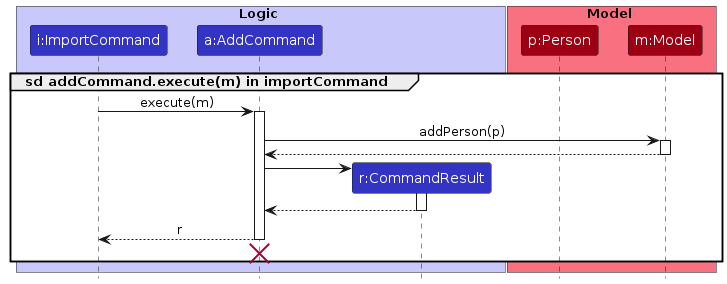
The PlantUML diagram diagrams/ImportSequenceDiagramRef.png in AY2324S2-CS2103T-T10-1/tp, before a commit. Its source is kept beside it as diagrams/ImportSequenceDiagramRef.puml.
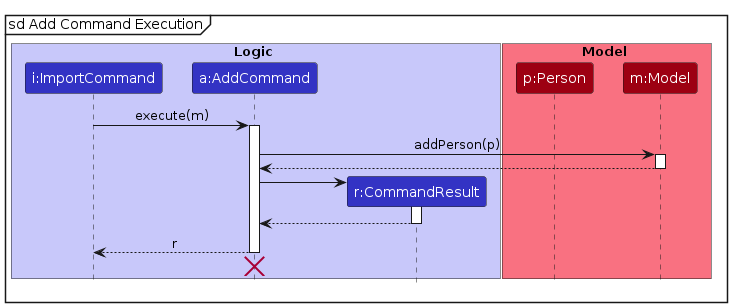
The same diagram one commit later.

Change to the diagram source:
```diff
@@ -13,7 +13,7 @@
 participant "m:Model" as Model MODEL_COLOR
 end box
 
-group sd addCommand.execute(m) in importCommand
+mainFrame sd Add Command Execution
 ImportCommand -> AddCommand : execute(m)
 activate AddCommand
 
@@ -34,5 +34,4 @@
 deactivate AddCommand
 AddCommand -[hidden]-> ImportCommand
 destroy AddCommand
-end
 @enduml
```
